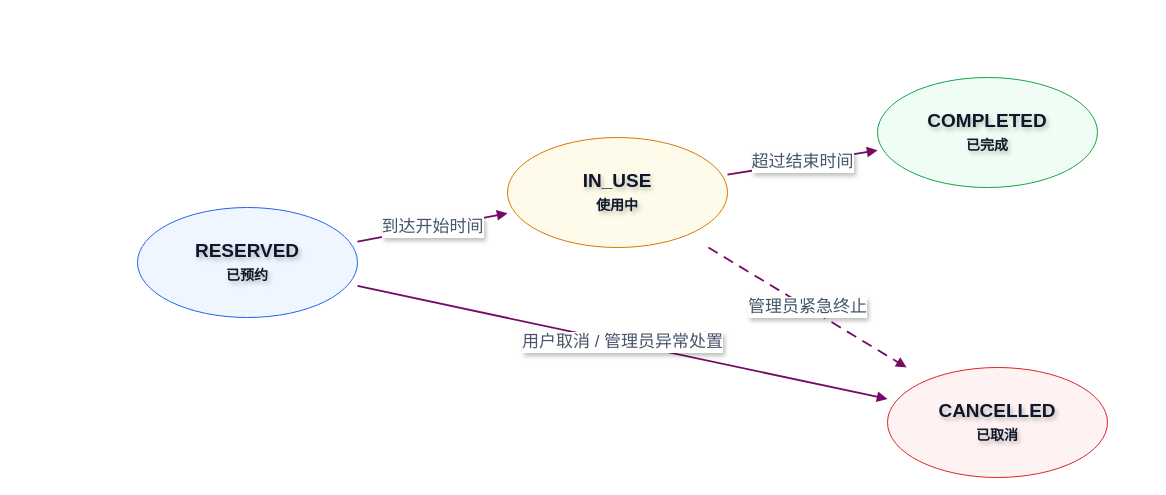
Earlier version of the draw.io diagram page "图4 预约状态转换图" (4 of 7) of docs/figure/时隙_TimeSlot_需求规格说明书技术图.drawio (zongxi-Li/time-slot-audit). Source tidied: cells renumbered, new cells numbered last; positions are measured from the earlier drawing's top-left corner, leaving out a move shared by most shapes. Both pictures are drawn from the tidied source at 100%, with x=0, y=0 at pixel (137, 77).
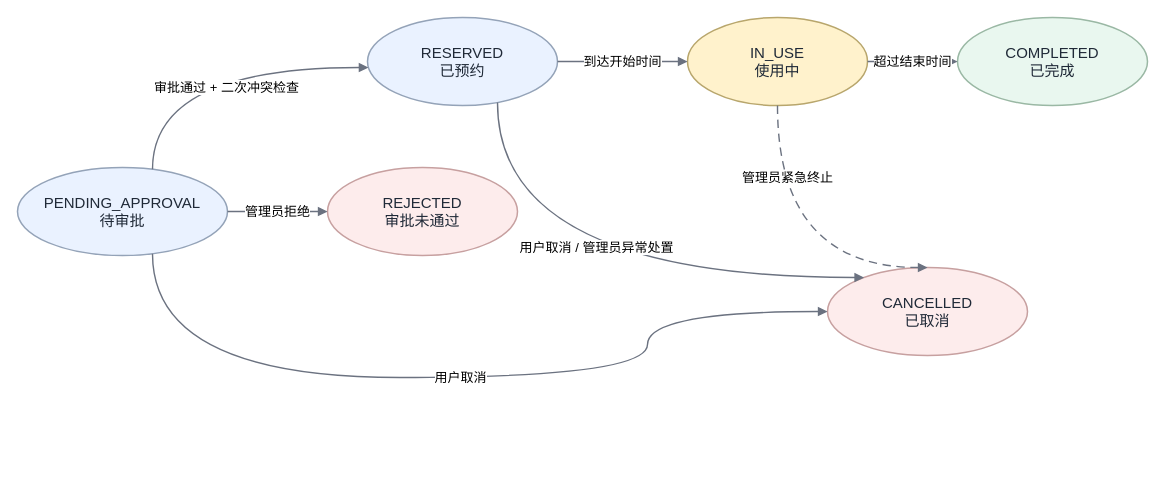
Above is the later version.

The edit, as a diff of the source:
```diff
@@
+    <mxCell id="10" value="PENDING_APPROVAL&#10;待审批" style="ellipse;whiteSpace=wrap;html=1;fillColor=#EAF2FF;strokeColor=#94A3B8;strokeWidth=1.5;fontSize=15;fontColor=#1F2937;" parent="1" vertex="1">
+      <mxGeometry x="-120" y="90" width="210" height="88" as="geometry" />
+    </mxCell>
-    <mxCell id="2" value="RESERVED&lt;br&gt;&lt;font style=&quot;font-size:14px&quot;&gt;已预约&lt;/font&gt;" style="shape=ellipse;whiteSpace=wrap;html=1;fillColor=#EFF6FF;strokeColor=#2563EB;fontColor=#0F172A;fontSize=19;fontFamily=Microsoft YaHei;align=center;verticalAlign=middle;rounded=1;arcSize=12;fontStyle=1;textShadow=1;" parent="1" vertex="1">
-      <mxGeometry y="130" width="220" height="110" as="geometry" />
+    <mxCell id="2" value="RESERVED&#10;已预约" style="ellipse;whiteSpace=wrap;html=1;fillColor=#EAF2FF;strokeColor=#94A3B8;strokeWidth=1.5;fontSize=15;fontColor=#1F2937;" parent="1" vertex="1">
+      <mxGeometry x="230" y="-60" width="190" height="88" as="geometry" />
     </mxCell>
+    <mxCell id="11" value="REJECTED&#10;审批未通过" style="ellipse;whiteSpace=wrap;html=1;fillColor=#FDECEC;strokeColor=#C7A0A0;strokeWidth=1.5;fontSize=15;fontColor=#1F2937;" parent="1" vertex="1">
+      <mxGeometry x="190" y="90" width="190" height="88" as="geometry" />
+    </mxCell>
-    <mxCell id="3" value="IN_USE&lt;br&gt;&lt;font style=&quot;font-size:14px&quot;&gt;使用中&lt;/font&gt;" style="shape=ellipse;whiteSpace=wrap;html=1;fillColor=#FFFBEB;strokeColor=#D97706;fontColor=#0F172A;fontSize=19;fontFamily=Microsoft YaHei;align=center;verticalAlign=middle;rounded=1;arcSize=12;fontStyle=1;textShadow=1;" parent="1" vertex="1">
-      <mxGeometry x="370" y="60" width="220" height="110" as="geometry" />
+    <mxCell id="3" value="IN_USE&#10;使用中" style="ellipse;whiteSpace=wrap;html=1;fillColor=#FFF2CC;strokeColor=#B8A66C;strokeWidth=1.5;fontSize=15;fontColor=#1F2937;" parent="1" vertex="1">
+      <mxGeometry x="550" y="-60" width="180" height="88" as="geometry" />
     </mxCell>
-    <mxCell id="4" value="COMPLETED&lt;br&gt;&lt;font style=&quot;font-size:14px&quot;&gt;已完成&lt;/font&gt;" style="shape=ellipse;whiteSpace=wrap;html=1;fillColor=#F0FDF4;strokeColor=#16A34A;fontColor=#0F172A;fontSize=19;fontFamily=Microsoft YaHei;align=center;verticalAlign=middle;rounded=1;arcSize=12;fontStyle=1;textShadow=1;" parent="1" vertex="1">
-      <mxGeometry x="740" width="220" height="110" as="geometry" />
+    <mxCell id="4" value="COMPLETED&#10;已完成" style="ellipse;whiteSpace=wrap;html=1;fillColor=#E9F7EF;strokeColor=#9AB8A4;strokeWidth=1.5;fontSize=15;fontColor=#1F2937;" parent="1" vertex="1">
+      <mxGeometry x="820" y="-60" width="190" height="88" as="geometry" />
     </mxCell>
-    <mxCell id="5" value="CANCELLED&lt;br&gt;&lt;font style=&quot;font-size:14px&quot;&gt;已取消&lt;/font&gt;" style="shape=ellipse;whiteSpace=wrap;html=1;fillColor=#FEF2F2;strokeColor=#DC2626;fontColor=#0F172A;fontSize=19;fontFamily=Microsoft YaHei;align=center;verticalAlign=middle;rounded=1;arcSize=12;fontStyle=1;textShadow=1;" parent="1" vertex="1">
-      <mxGeometry x="750" y="290" width="220" height="110" as="geometry" />
+    <mxCell id="5" value="CANCELLED&#10;已取消" style="ellipse;whiteSpace=wrap;html=1;fillColor=#FDECEC;strokeColor=#C7A0A0;strokeWidth=1.5;fontSize=15;fontColor=#1F2937;" parent="1" vertex="1">
+      <mxGeometry x="690" y="190" width="200" height="88" as="geometry" />
     </mxCell>
+    <mxCell id="12" value="审批通过 + 二次冲突检查" style="edgeStyle=orthogonalEdgeStyle;rounded=0;html=1;endArrow=block;endFill=1;strokeColor=#6B7280;strokeWidth=1.4;fontSize=13;labelBackgroundColor=#FFFFFF;curved=1;" parent="1" edge="1" source="10" target="2">
+      <mxGeometry x="0.11" y="-20" relative="1" as="geometry">
+        <Array as="points">
+          <mxPoint x="15" y="-10" />
+        </Array>
+      </mxGeometry>
+    </mxCell>
+    <mxCell id="13" value="管理员拒绝" style="edgeStyle=orthogonalEdgeStyle;rounded=0;html=1;endArrow=block;endFill=1;strokeColor=#6B7280;strokeWidth=1.4;fontSize=13;labelBackgroundColor=#FFFFFF;" parent="1" edge="1" source="10" target="11">
+      <mxGeometry relative="1" as="geometry" />
+    </mxCell>
-    <mxCell id="6" value="到达开始时间" style="edgeStyle=none;rounded=1;jettySize=auto;html=1;strokeColor=light-dark(#750b67, #ff8a8a);strokeWidth=1.8;endArrow=block;endFill=1;fontColor=#475569;fontSize=17;fontFamily=Microsoft YaHei;textShadow=1;" parent="1" edge="1" source="2" target="3">
+    <mxCell id="6" value="到达开始时间" style="edgeStyle=orthogonalEdgeStyle;rounded=0;html=1;endArrow=block;endFill=1;strokeColor=#6B7280;strokeWidth=1.4;fontSize=13;labelBackgroundColor=#FFFFFF;" parent="1" edge="1" source="2" target="3">
       <mxGeometry relative="1" as="geometry" />
     </mxCell>
-    <mxCell id="7" value="超过结束时间" style="edgeStyle=none;rounded=1;jettySize=auto;html=1;strokeColor=light-dark(#750b67, #ff8a8a);strokeWidth=1.8;endArrow=block;endFill=1;fontColor=#475569;fontSize=17;fontFamily=Microsoft YaHei;textShadow=1;" parent="1" edge="1" source="3" target="4">
+    <mxCell id="7" value="超过结束时间" style="edgeStyle=orthogonalEdgeStyle;rounded=0;html=1;endArrow=block;endFill=1;strokeColor=#6B7280;strokeWidth=1.4;fontSize=13;labelBackgroundColor=#FFFFFF;" parent="1" edge="1" source="3" target="4">
       <mxGeometry relative="1" as="geometry" />
     </mxCell>
+    <mxCell id="14" value="用户取消" style="edgeStyle=orthogonalEdgeStyle;rounded=0;html=1;endArrow=block;endFill=1;strokeColor=#6B7280;strokeWidth=1.4;fontSize=13;labelBackgroundColor=#FFFFFF;curved=1;" parent="1" edge="1" source="10" target="5">
+      <mxGeometry relative="1" as="geometry">
+        <Array as="points">
+          <mxPoint x="15" y="300" />
+          <mxPoint x="510" y="300" />
+          <mxPoint x="510" y="234" />
+        </Array>
+      </mxGeometry>
+    </mxCell>
-    <mxCell id="8" value="用户取消 / 管理员异常处置" style="edgeStyle=none;rounded=1;jettySize=auto;html=1;strokeColor=light-dark(#750b67, #ff8a8a);strokeWidth=1.8;endArrow=block;endFill=1;fontColor=#475569;fontSize=17;fontFamily=Microsoft YaHei;textShadow=1;" parent="1" edge="1" source="2" target="5">
-      <mxGeometry relative="1" as="geometry" />
+    <mxCell id="8" value="用户取消 / 管理员异常处置" style="edgeStyle=orthogonalEdgeStyle;rounded=0;html=1;endArrow=block;endFill=1;strokeColor=#6B7280;strokeWidth=1.4;fontSize=13;labelBackgroundColor=#FFFFFF;curved=1;" parent="1" edge="1" source="2" target="5">
+      <mxGeometry x="0.01" y="30" relative="1" as="geometry">
+        <Array as="points">
+          <mxPoint x="360" y="200" />
+        </Array>
+      </mxGeometry>
     </mxCell>
-    <mxCell id="9" value="管理员紧急终止" style="edgeStyle=none;rounded=1;jettySize=auto;html=1;strokeColor=light-dark(#750b67, #ff8a8a);strokeWidth=1.8;endArrow=block;endFill=1;fontColor=#475569;fontSize=17;fontFamily=Microsoft YaHei;dashed=1;dashPattern=6 4;textShadow=1;" parent="1" edge="1" source="3" target="5">
-      <mxGeometry relative="1" as="geometry" />
+    <mxCell id="9" value="管理员紧急终止" style="edgeStyle=orthogonalEdgeStyle;rounded=0;html=1;dashed=1;dashPattern=6 4;endArrow=block;endFill=1;strokeColor=#6B7280;strokeWidth=1.4;fontSize=13;labelBackgroundColor=#FFFFFF;curved=1;entryX=0.5;entryY=0;entryDx=0;entryDy=0;" parent="1" edge="1" source="3" target="5">
+      <mxGeometry x="-0.54" y="10" relative="1" as="geometry">
+        <Array as="points">
+          <mxPoint x="640" y="190" />
+        </Array>
+      </mxGeometry>
     </mxCell>
```
